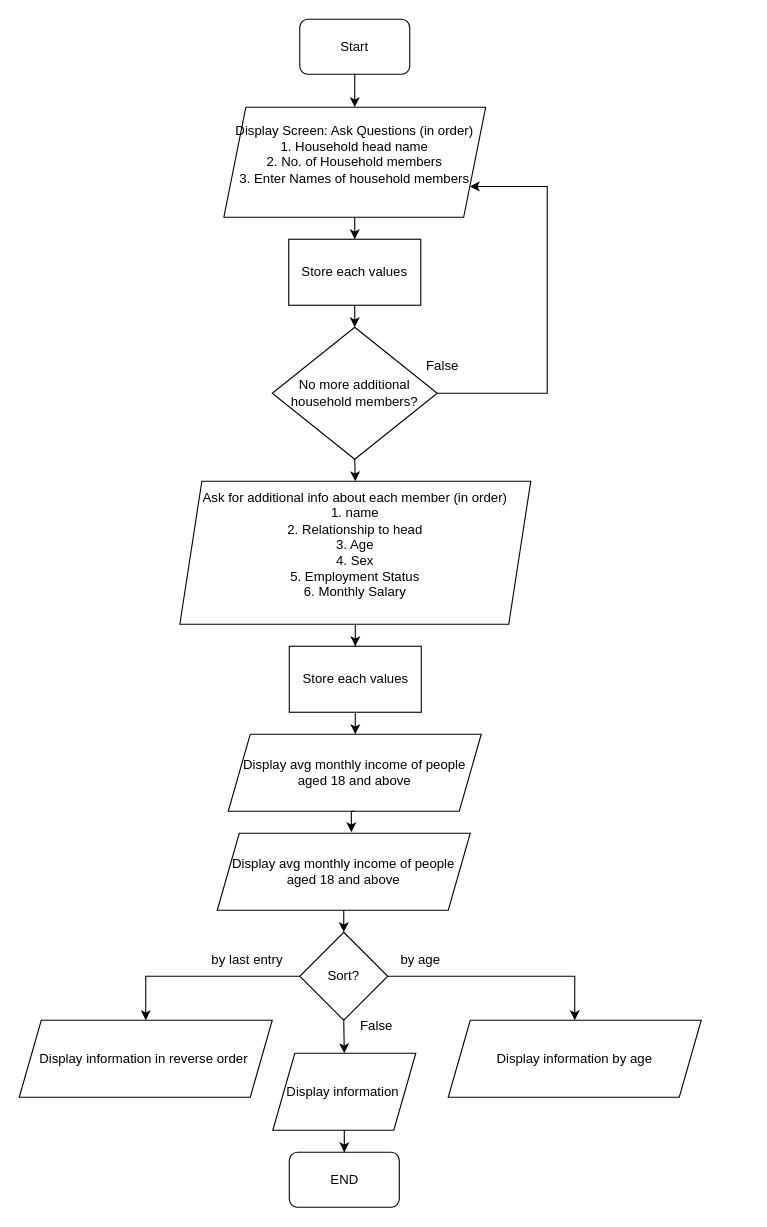
Czrvillareal/exam1 keeps this draw.io diagram as Diagrams/Flowchart.drawio. Above is the earlier version. Source tidied: cells renumbered, new cells numbered last; positions are measured from the earlier drawing's top-left corner, leaving out a move shared by most shapes. Both pictures are drawn from the tidied source at 110%, with x=0, y=0 at pixel (19, 19).
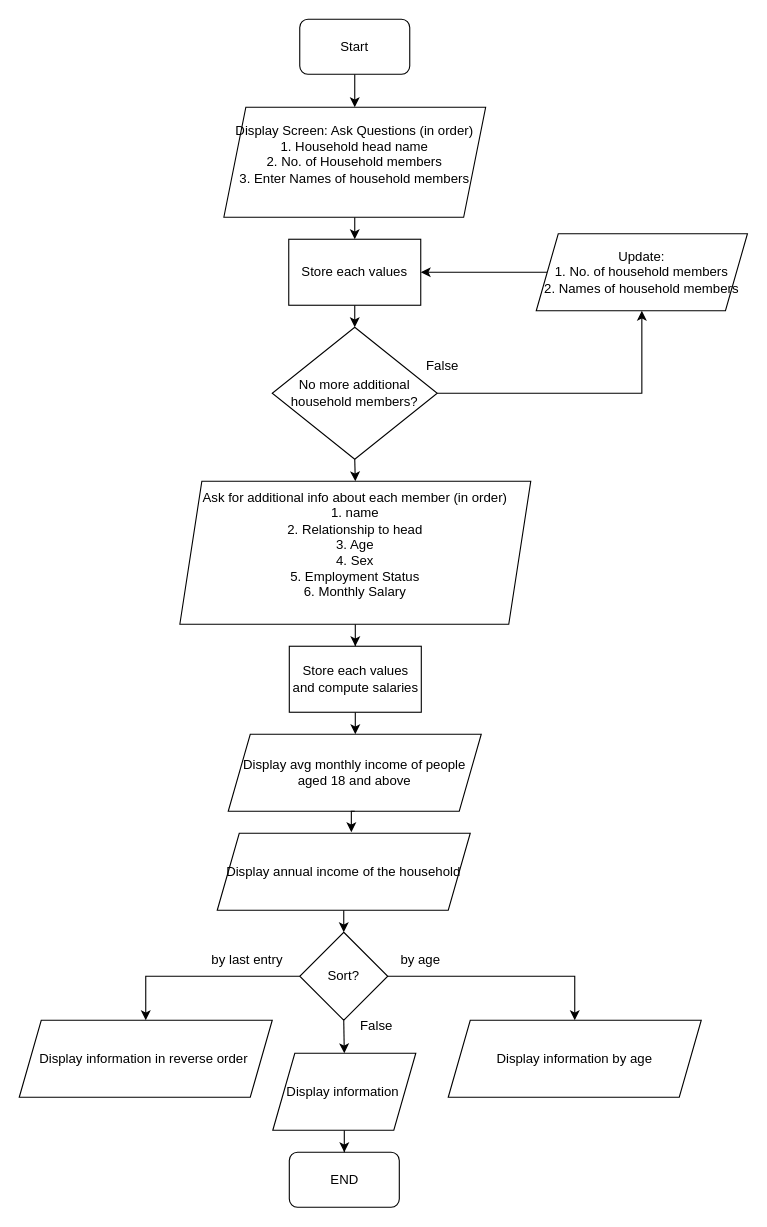
Above is the later version.

The change refers to these unchanged cells:
```xml
<mxCell id="6" value="&lt;p class=&quot;MsoNormal&quot; align=&quot;center&quot;&gt;&lt;span lang=&quot;EN-US&quot; style=&quot;font-size: 9pt; line-height: 115%;&quot;&gt;&lt;font style=&quot;color: rgb(0, 0, 0);&quot;&gt;No more additional household members?&lt;/font&gt;&lt;font color=&quot;#000000&quot;&gt;&lt;/font&gt;&lt;/span&gt;&lt;/p&gt;" style="rhombus;whiteSpace=wrap;html=1;" parent="1" vertex="1">
  <mxGeometry x="230" y="280" width="150" height="120" as="geometry" />
</mxCell>
<mxCell id="9" value="Display Screen: Ask Questions (in order)&lt;div&gt;&lt;div&gt;1. Household head name&lt;/div&gt;&lt;div&gt;2. No. of Household members&lt;/div&gt;&lt;div&gt;3. Enter Names of household members&lt;/div&gt;&lt;/div&gt;&lt;div&gt;&lt;br&gt;&lt;/div&gt;" style="shape=parallelogram;perimeter=parallelogramPerimeter;whiteSpace=wrap;html=1;fixedSize=1;" parent="1" vertex="1">
  <mxGeometry x="186" y="80" width="238" height="100" as="geometry" />
</mxCell>
<mxCell id="13" value="Store each values" style="rounded=0;whiteSpace=wrap;html=1;" parent="1" vertex="1">
  <mxGeometry x="245" y="200" width="120" height="60" as="geometry" />
</mxCell>
```

The edit, as a diff of the source:
```diff
@@
-    <mxCell id="5" style="edgeStyle=orthogonalEdgeStyle;rounded=0;jettySize=auto;html=1;exitX=1;exitY=0.5;exitDx=0;exitDy=0;entryX=1;entryY=0.75;entryDx=0;entryDy=0;" parent="1" edge="1" source="6" target="9">
-      <mxGeometry relative="1" as="geometry">
-        <Array as="points">
-          <mxPoint x="480" y="340" />
-          <mxPoint x="480" y="152" />
-        </Array>
-      </mxGeometry>
-    </mxCell>
+    <mxCell id="32" style="edgeStyle=orthogonalEdgeStyle;rounded=0;jettySize=auto;html=1;exitX=1;exitY=0.5;exitDx=0;exitDy=0;entryX=0.5;entryY=1;entryDx=0;entryDy=0;" parent="1" edge="1" source="6" target="34">
+      <mxGeometry relative="1" as="geometry" />
+    </mxCell>
@@
-    <mxCell id="15" value="Store each values" style="rounded=0;whiteSpace=wrap;html=1;" parent="1" vertex="1">
+    <mxCell id="15" value="Store each values and compute salaries" style="rounded=0;whiteSpace=wrap;html=1;" parent="1" vertex="1">
       <mxGeometry x="245.5" y="570" width="120" height="60" as="geometry" />
     </mxCell>
@@
-    <mxCell id="20" value="&lt;div&gt;Display avg monthly income of people aged 18 and above&lt;/div&gt;" style="shape=parallelogram;perimeter=parallelogramPerimeter;whiteSpace=wrap;html=1;fixedSize=1;" parent="1" vertex="1">
+    <mxCell id="20" value="&lt;div&gt;Display annual income of the household&lt;/div&gt;" style="shape=parallelogram;perimeter=parallelogramPerimeter;whiteSpace=wrap;html=1;fixedSize=1;" parent="1" vertex="1">
       <mxGeometry x="180" y="740" width="230" height="70" as="geometry" />
     </mxCell>
@@
+    <mxCell id="33" style="edgeStyle=orthogonalEdgeStyle;rounded=0;jettySize=auto;html=1;exitX=0;exitY=0.5;exitDx=0;exitDy=0;entryX=1;entryY=0.5;entryDx=0;entryDy=0;" parent="1" edge="1" source="34" target="13">
+      <mxGeometry relative="1" as="geometry" />
+    </mxCell>
+    <mxCell id="34" value="Update:&lt;div&gt;1. No. of household members&lt;br&gt;2. Names of household members&lt;/div&gt;" style="shape=parallelogram;perimeter=parallelogramPerimeter;whiteSpace=wrap;html=1;fixedSize=1;" parent="1" vertex="1">
+      <mxGeometry x="470" y="195" width="192" height="70" as="geometry" />
+    </mxCell>
```
